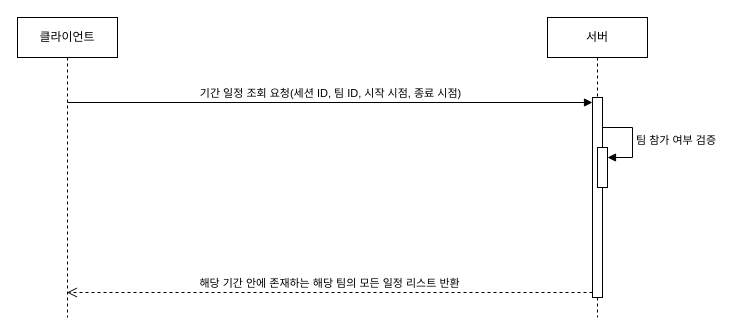
Before: page "특정 팀의 기간 일정 조회 SD" (3 of 10) of docs/일정 관리/일정 관리 SD.drawio in vvsos1/Team5-EQUUS-N, a draw.io diagram. Source tidied: cells renumbered, new cells numbered last; positions are measured from the earlier drawing's top-left corner, leaving out a move shared by most shapes. Both pictures are drawn from the tidied source at 100%, with x=0, y=0 at pixel (17, 17).
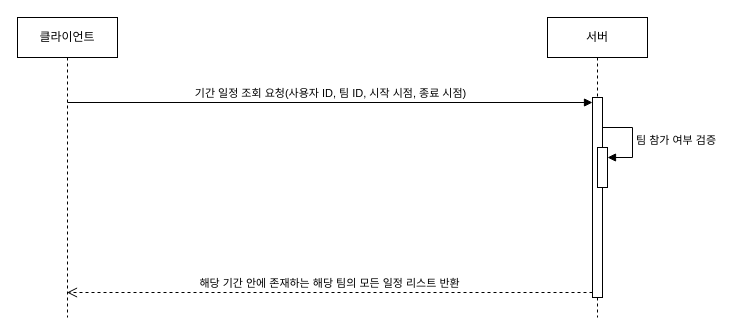
The same diagram, later.

The edit, as a diff of the source:
```diff
@@
 <mxGraphModel>
   <root>
     <mxCell id="0" />
     <mxCell id="1" parent="0" />
     <mxCell id="2" value="클라이언트" style="shape=umlLifeline;perimeter=lifelinePerimeter;whiteSpace=wrap;html=1;outlineConnect=0;portConstraint=eastwest;newEdgeStyle={&quot;curved&quot;:0,&quot;rounded&quot;:0};" parent="1" vertex="1">
       <mxGeometry width="100" height="300" as="geometry" />
     </mxCell>
     <mxCell id="3" value="서버" style="shape=umlLifeline;perimeter=lifelinePerimeter;whiteSpace=wrap;html=1;newEdgeStyle={&quot;curved&quot;:0,&quot;rounded&quot;:0};" parent="1" vertex="1">
       <mxGeometry x="530" width="100" height="300" as="geometry" />
     </mxCell>
     <mxCell id="4" style="html=1;points=[[0,0,0,0,5],[0,1,0,0,-5],[1,0,0,0,5],[1,1,0,0,-5]];perimeter=orthogonalPerimeter;outlineConnect=0;targetShapes=umlLifeline;portConstraint=eastwest;newEdgeStyle={&quot;curved&quot;:0,&quot;rounded&quot;:0};" parent="3" vertex="1">
       <mxGeometry x="45" y="80" width="10" height="200" as="geometry" />
     </mxCell>
     <mxCell id="5" style="html=1;points=[[0,0,0,0,5],[0,1,0,0,-5],[1,0,0,0,5],[1,1,0,0,-5]];perimeter=orthogonalPerimeter;outlineConnect=0;targetShapes=umlLifeline;portConstraint=eastwest;newEdgeStyle={&quot;curved&quot;:0,&quot;rounded&quot;:0};" parent="3" vertex="1">
       <mxGeometry x="50" y="130" width="10" height="40" as="geometry" />
     </mxCell>
     <mxCell id="6" value="팀 참가 여부 검증" style="html=1;align=left;spacingLeft=2;endArrow=block;rounded=0;edgeStyle=orthogonalEdgeStyle;curved=0;rounded=0;" parent="3" edge="1" target="5">
       <mxGeometry relative="1" as="geometry">
         <mxPoint x="55" y="110" as="sourcePoint" />
         <Array as="points">
           <mxPoint x="85" y="140" />
         </Array>
       </mxGeometry>
     </mxCell>
-    <mxCell id="7" value="기간 일정 조회 요청(세션 ID, 팀 ID, 시작 시점, 종료 시점)" style="html=1;verticalAlign=bottom;endArrow=block;curved=0;rounded=0;entryX=0;entryY=0;entryDx=0;entryDy=5;" parent="1" edge="1" target="4">
+    <mxCell id="7" value="기간 일정 조회 요청(사용자 ID, 팀 ID, 시작 시점, 종료 시점)" style="html=1;verticalAlign=bottom;endArrow=block;curved=0;rounded=0;entryX=0;entryY=0;entryDx=0;entryDy=5;" parent="1" edge="1" target="4">
       <mxGeometry relative="1" as="geometry">
         <mxPoint x="50" y="85" as="sourcePoint" />
       </mxGeometry>
     </mxCell>
     <mxCell id="8" value="해당 기간 안에 존재하는 해당 팀의 모든 일정 리스트 반환" style="html=1;verticalAlign=bottom;endArrow=open;dashed=1;endSize=8;curved=0;rounded=0;exitX=0;exitY=1;exitDx=0;exitDy=-5;" parent="1" edge="1" source="4" target="2">
       <mxGeometry relative="1" as="geometry" />
     </mxCell>
   </root>
 </mxGraphModel>
```
